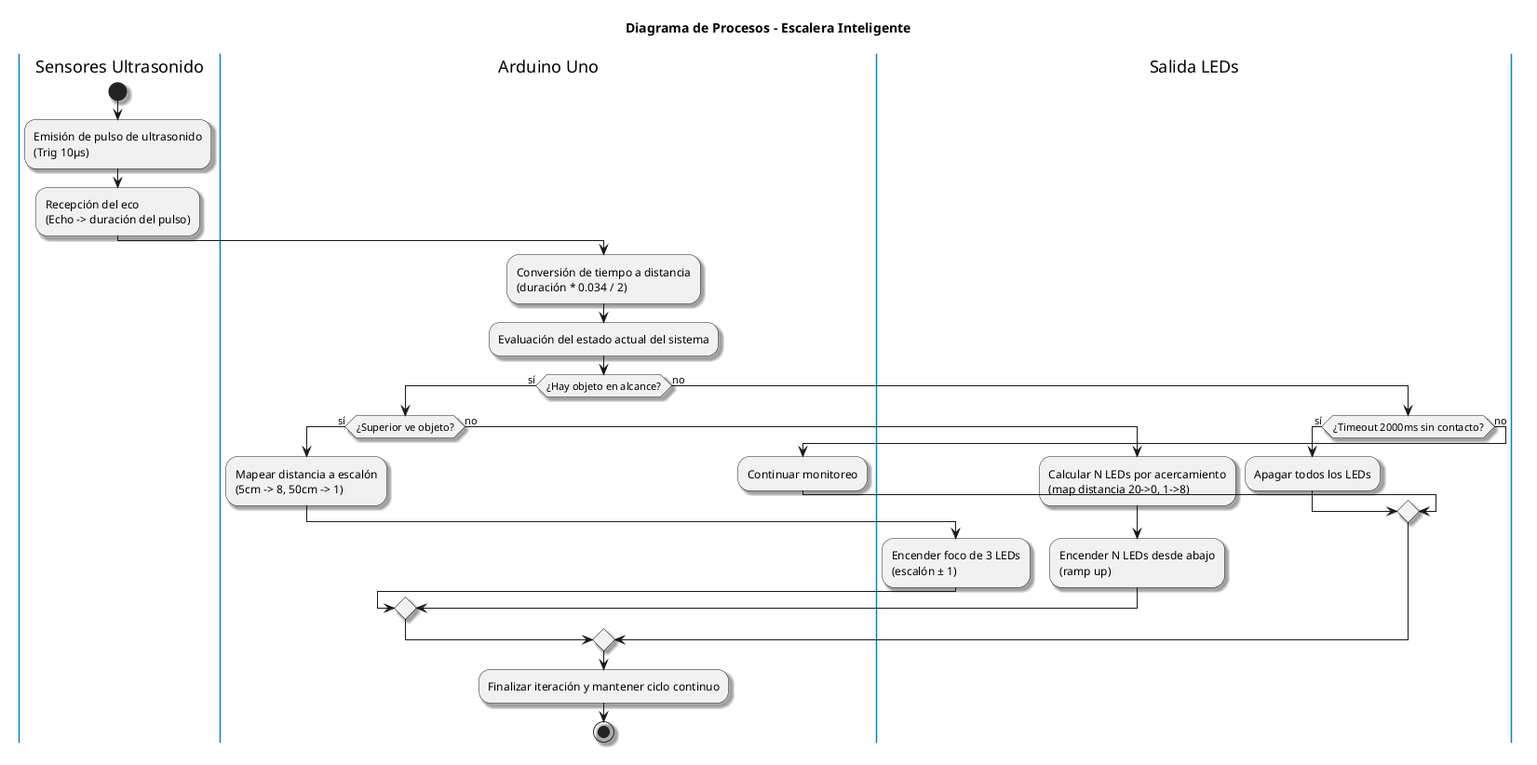
Before: docs/imagenes/diagrama-procesos.png, a diagram exported from PlantUML (Stirven0/Lus-Escaleras-Arduino).
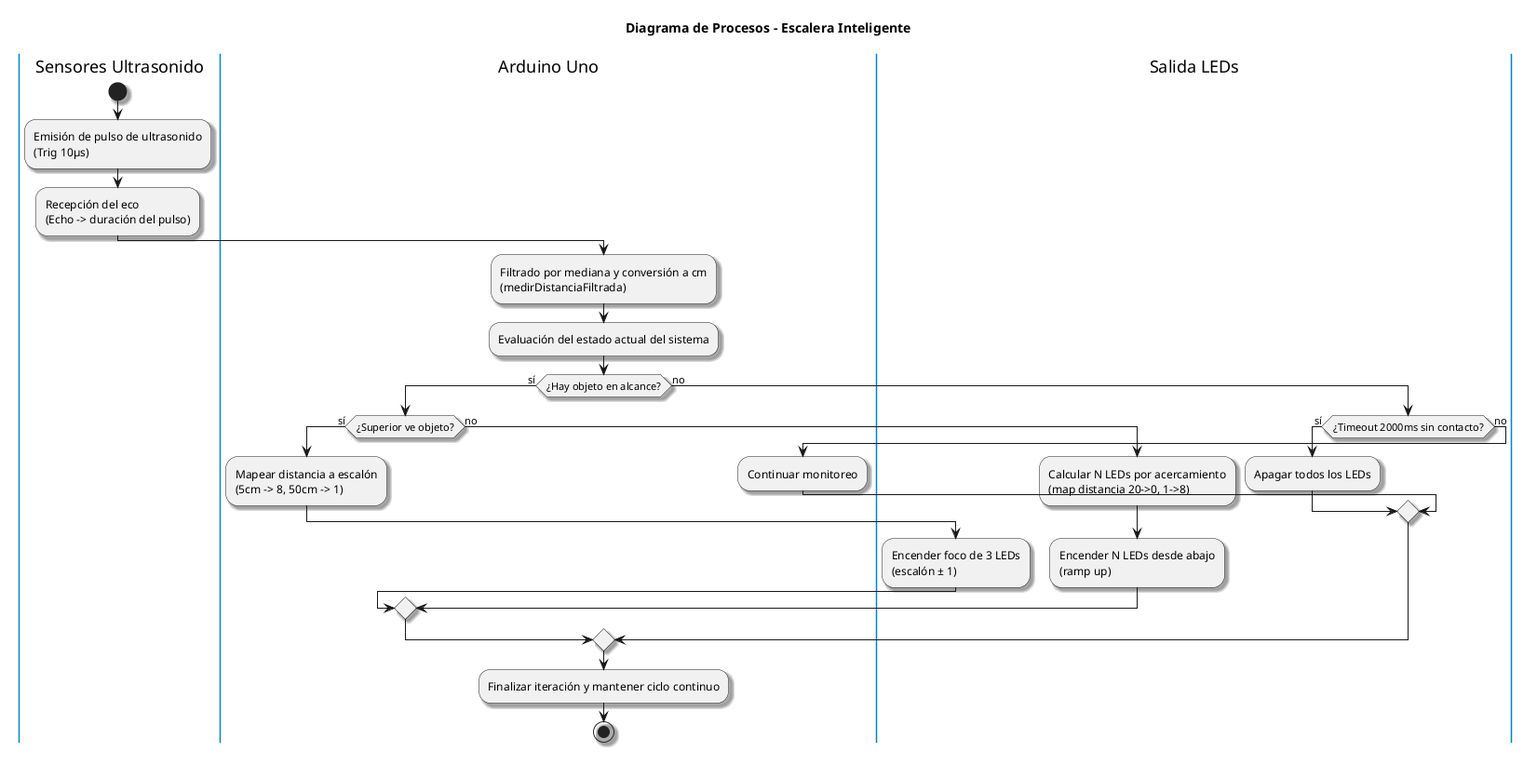
The same diagram one commit later.

What changed in the source:
```diff
@@ -15,7 +15,7 @@
 :Recepción del eco\n(Echo -> duración del pulso);
 
 |Arduino Uno|
-:Conversión de tiempo a distancia\n(duración * 0.034 / 2);
+:Filtrado por mediana y conversión a cm\n(medirDistanciaFiltrada);
 :Evaluación del estado actual del sistema;
 if (¿Hay objeto en alcance?) then (sí)
   if (¿Superior ve objeto?) then (sí)
```
